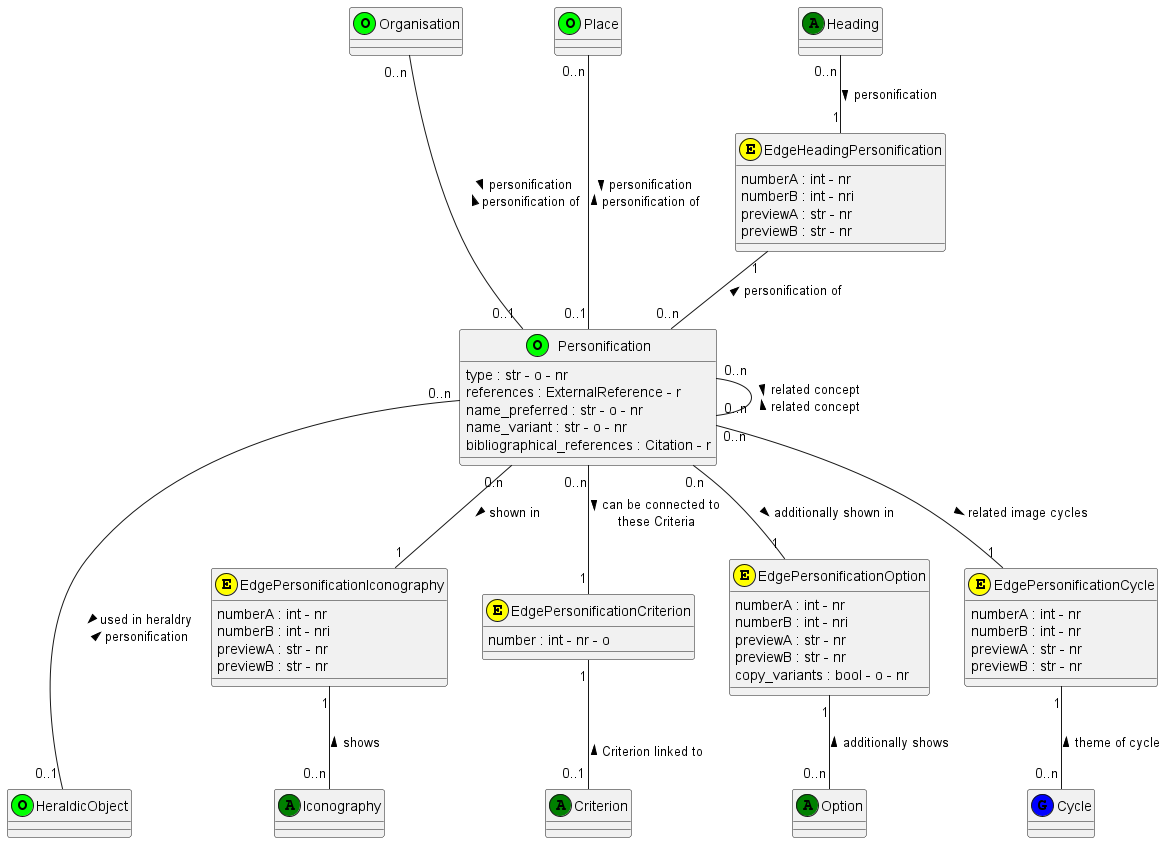
This is documentation/class_diagrams/Personification.png from tmasch/bpf_be, a PlantUML export, as it was before one commit.
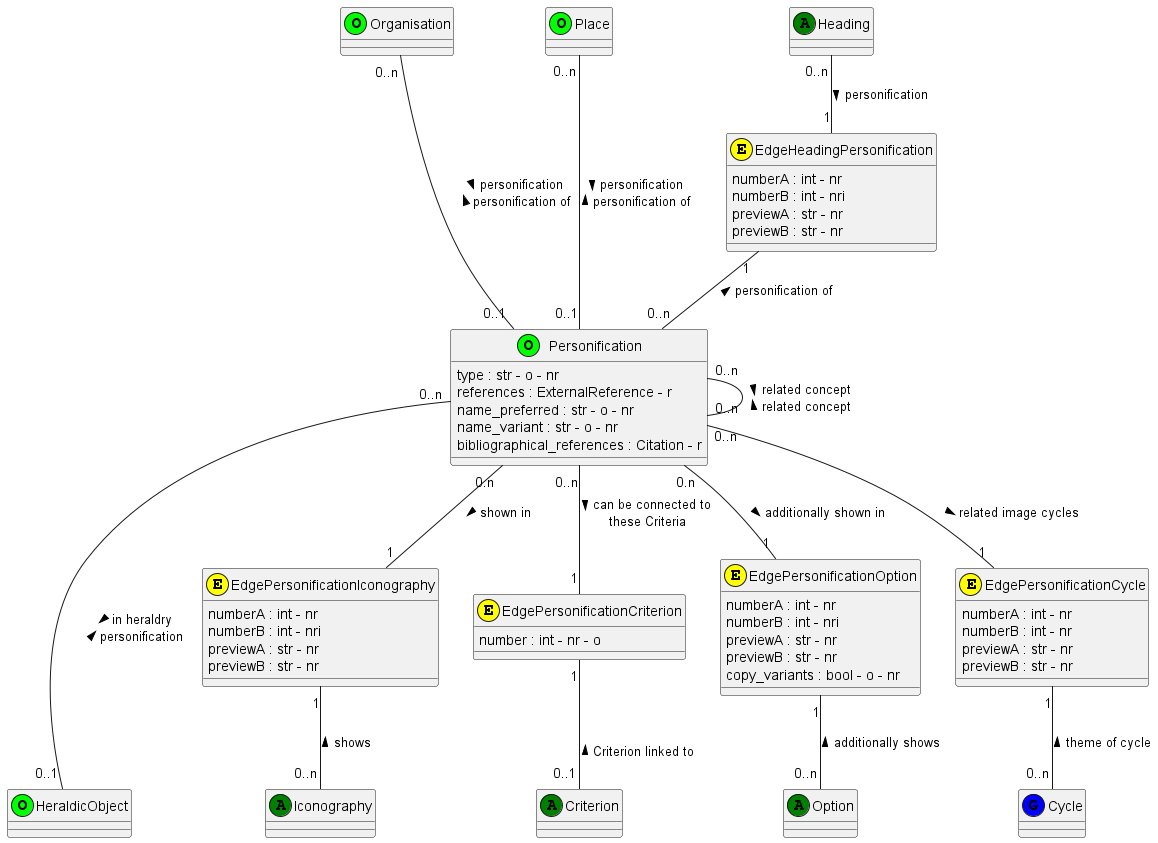
After the commit.

Diff of the diagram source:
```diff
@@ -72,7 +72,7 @@
 Personification "0..n" -- "1" EdgePersonificationCycle : related image cycles >
 EdgePersonificationCycle "1" -- "0..n" Cycle : theme of cycle <
 
-Personification "0..n" --- "0..1" HeraldicObject : > used in heraldry \n personification <
+Personification "0..n" --- "0..1" HeraldicObject : > in heraldry \n personification <
 
 
 
```
